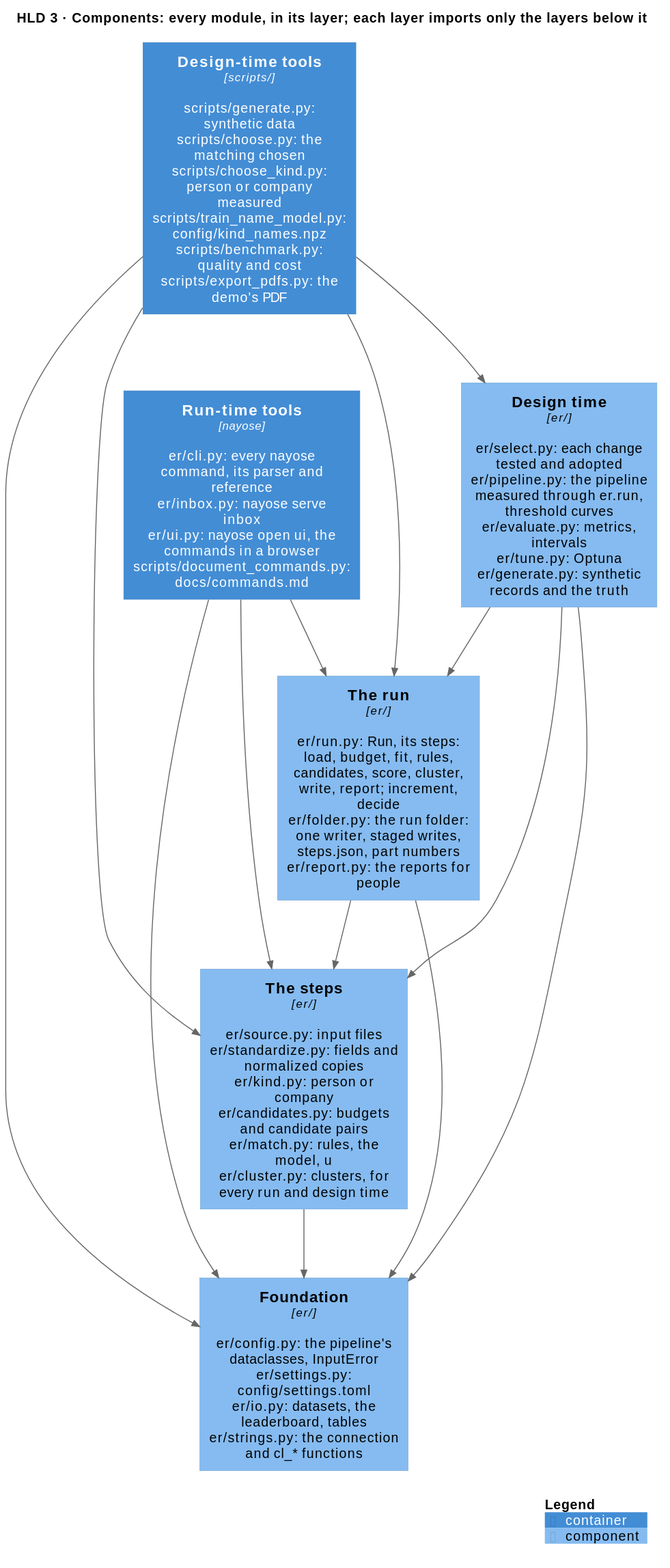
Above: docs/diagrams/components.svg in mvsbm/entity_matching (PlantUML), before the change.
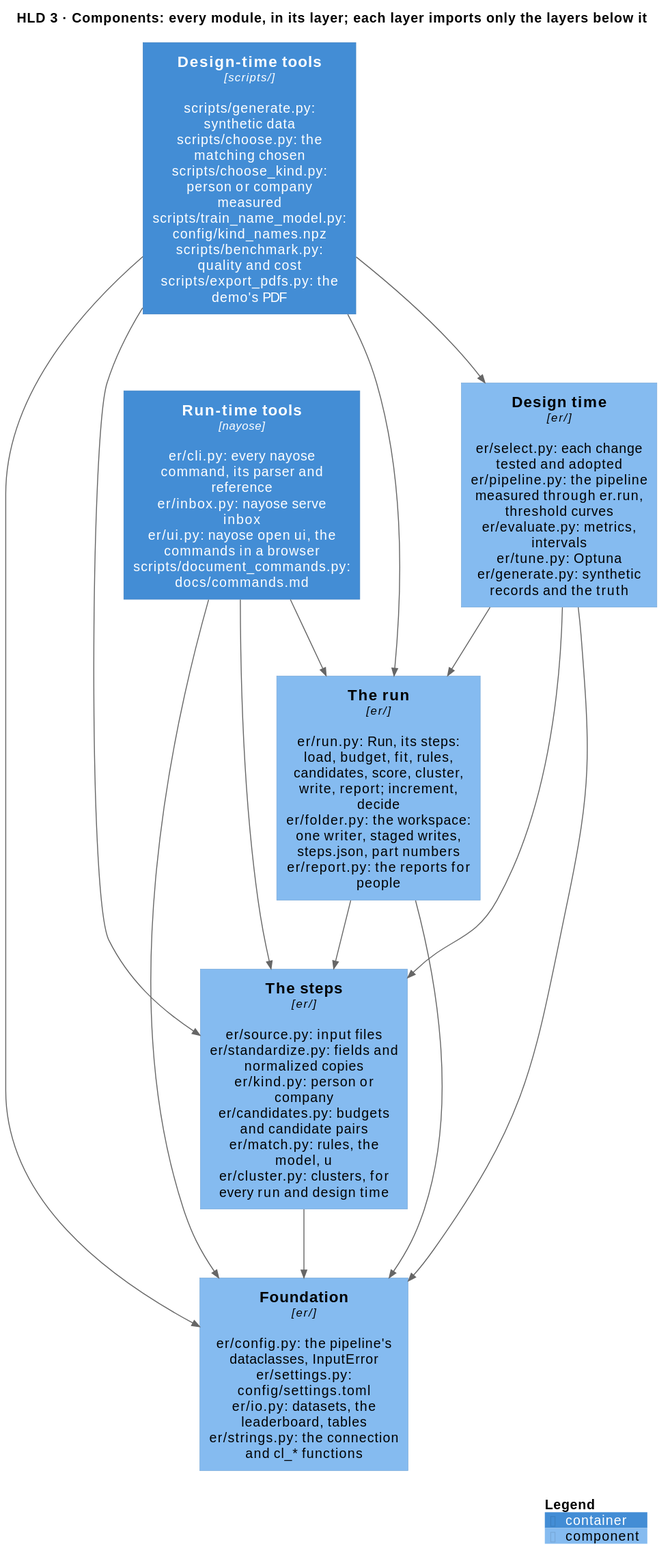
The same file after the commit.

Diff of the diagram source:
```diff
@@ -7,7 +7,7 @@
 Container(tools_run, "Run-time tools", "nayose", "er/cli.py: every nayose command, its parser and reference\ner/inbox.py: nayose serve inbox\ner/ui.py: nayose open ui, the commands in a browser\nscripts/document_commands.py: docs/commands.md")
 Container(tools_design, "Design-time tools", "scripts/", "scripts/generate.py: synthetic data\nscripts/choose.py: the matching chosen\nscripts/choose_kind.py: person or company measured\nscripts/train_name_model.py: config/kind_names.npz\nscripts/benchmark.py: quality and cost\nscripts/export_pdfs.py: the demo's PDF")
 
-Component(run, "The run", "er/", "er/run.py: Run, its steps: load, budget, fit, rules, candidates, score, cluster, write, report; increment, decide\ner/folder.py: the run folder: one writer, staged writes, steps.json, part numbers\ner/report.py: the reports for people")
+Component(run, "The run", "er/", "er/run.py: Run, its steps: load, budget, fit, rules, candidates, score, cluster, write, report; increment, decide\ner/folder.py: the workspace: one writer, staged writes, steps.json, part numbers\ner/report.py: the reports for people")
 Component(design, "Design time", "er/", "er/select.py: each change tested and adopted\ner/pipeline.py: the pipeline measured through er.run, threshold curves\ner/evaluate.py: metrics, intervals\ner/tune.py: Optuna\ner/generate.py: synthetic records and the truth")
 Component(steps, "The steps", "er/", "er/source.py: input files\ner/standardize.py: fields and normalized copies\ner/kind.py: person or company\ner/candidates.py: budgets and candidate pairs\ner/match.py: rules, the model, u\ner/cluster.py: clusters, for every run and design time")
 Component(configuration, "Foundation", "er/", "er/config.py: the pipeline's dataclasses, InputError\ner/settings.py: config/settings.toml\ner/io.py: datasets, the leaderboard, tables\ner/strings.py: the connection and cl_* functions")
```
